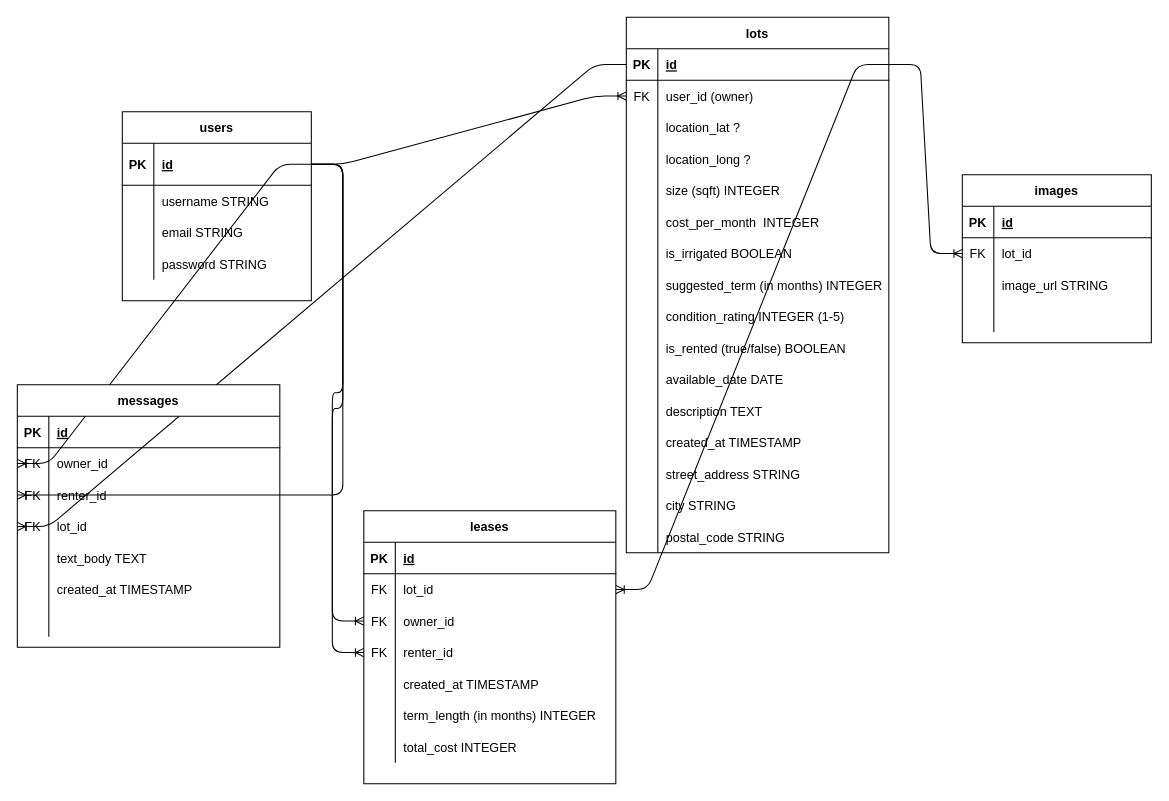
Earlier version of the draw.io diagram final-erb.drawio (jyxgao/javascripting). Source tidied: cells renumbered, new cells numbered last; positions are measured from the earlier drawing's top-left corner, leaving out a move shared by most shapes. Both pictures are drawn from the tidied source at 105%, with x=0, y=0 at pixel (17, 17).
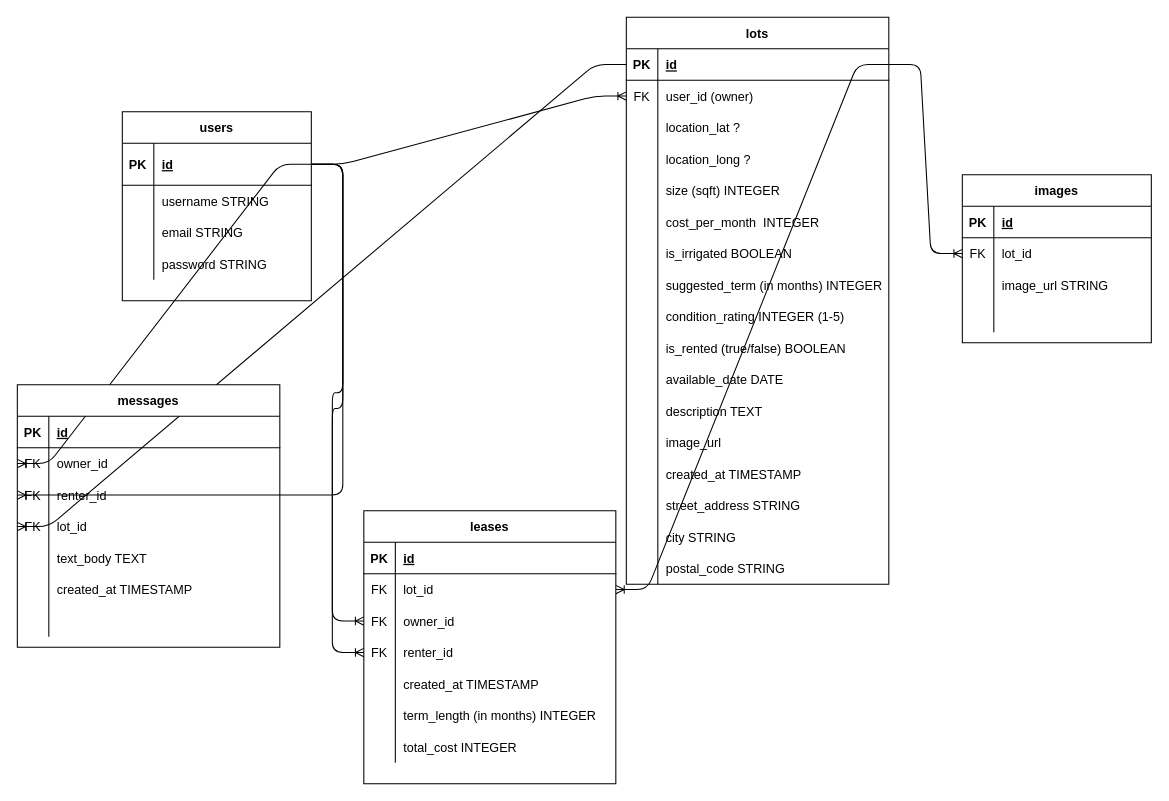
Above is the later version.

The edit, as a diff of the source:
```diff
@@
     <mxCell id="7" value="lots" style="shape=table;startSize=30;childLayout=tableLayout;rowLines=0;fontStyle=1;align=center;" parent="1" vertex="1">
-      <mxGeometry x="580" width="250" height="510" as="geometry" />
+      <mxGeometry x="580" width="250" height="540" as="geometry" />
     </mxCell>
@@
+    <mxCell id="129" style="shape=partialRectangle;fillColor=none;top=0;left=0;right=0;bottom=0;" parent="7" vertex="1">
+      <mxGeometry y="390" width="250" height="30" as="geometry" />
+    </mxCell>
+    <mxCell id="130" style="shape=partialRectangle;overflow=hidden;fillColor=none;top=0;left=0;bottom=0;right=0;" parent="129" vertex="1">
+      <mxGeometry width="30" height="30" as="geometry" />
+    </mxCell>
+    <mxCell id="131" value="image_url" style="shape=partialRectangle;overflow=hidden;fillColor=none;top=0;left=0;bottom=0;right=0;align=left;spacingLeft=6;" parent="129" vertex="1">
+      <mxGeometry x="30" width="220" height="30" as="geometry" />
+    </mxCell>
     <mxCell id="44" style="shape=partialRectangle;fillColor=none;top=0;left=0;right=0;bottom=0;" parent="7" vertex="1">
-      <mxGeometry y="390" width="250" height="30" as="geometry" />
+      <mxGeometry y="420" width="250" height="30" as="geometry" />
     </mxCell>
@@
     <mxCell id="47" style="shape=partialRectangle;fillColor=none;top=0;left=0;right=0;bottom=0;" parent="7" vertex="1">
-      <mxGeometry y="420" width="250" height="30" as="geometry" />
+      <mxGeometry y="450" width="250" height="30" as="geometry" />
     </mxCell>
@@
     <mxCell id="50" style="shape=partialRectangle;fillColor=none;top=0;left=0;right=0;bottom=0;" parent="7" vertex="1">
-      <mxGeometry y="450" width="250" height="30" as="geometry" />
+      <mxGeometry y="480" width="250" height="30" as="geometry" />
     </mxCell>
@@
     <mxCell id="53" style="shape=partialRectangle;fillColor=none;top=0;left=0;right=0;bottom=0;" parent="7" vertex="1">
-      <mxGeometry y="480" width="250" height="30" as="geometry" />
+      <mxGeometry y="510" width="250" height="30" as="geometry" />
     </mxCell>
```
